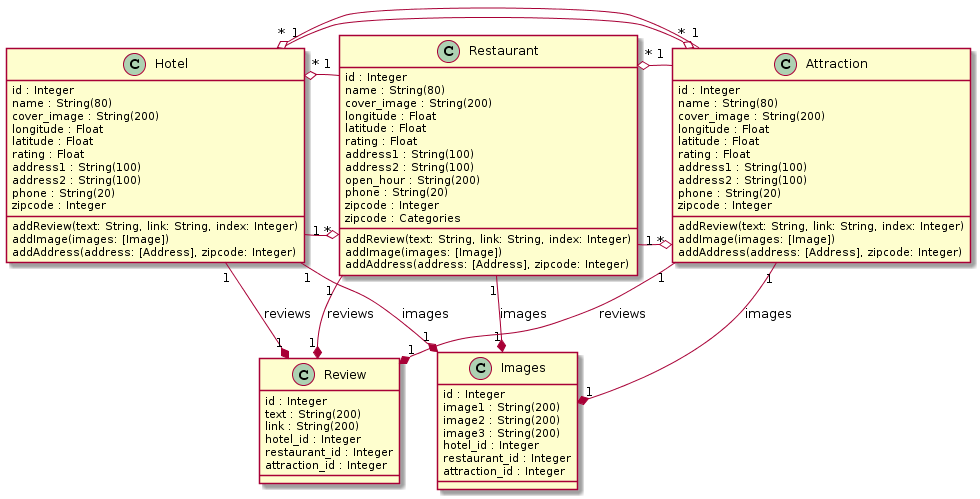
juanitotaveras/tacoboutaustin keeps this PlantUML diagram as UML/uml_diagrams.png. Above is the earlier version.
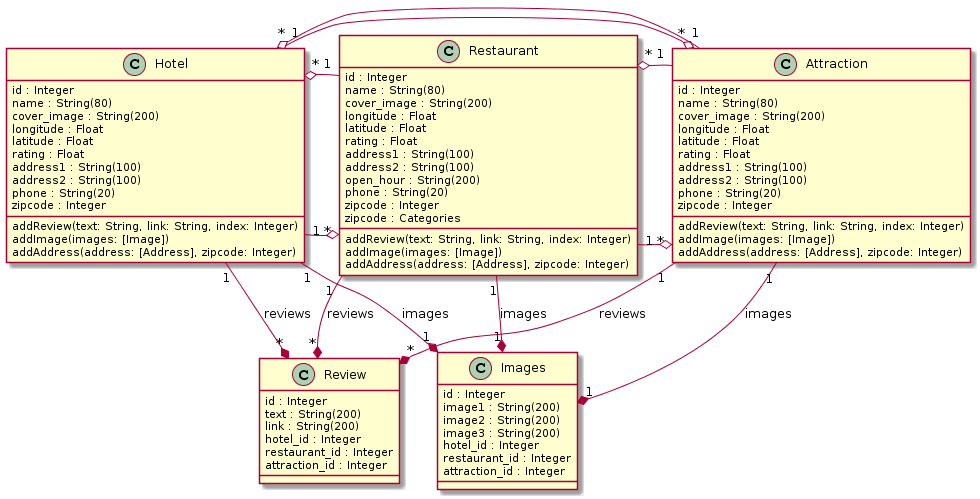
Above is the later version.

Change to the diagram source:
```diff
@@ -2,17 +2,17 @@
 Hotel "1" -o "*" Restaurant
 Hotel "1" -o "*" Attraction
 Hotel "1" --* "1" Images : images
-Hotel "1" --* "1" Review : reviews
+Hotel "1" --* "*" Review : reviews
 
 Restaurant "1" -o "*" Hotel
 Restaurant "1" -o "*" Attraction
 Restaurant "1" --* "1" Images : images
-Restaurant "1" --* "1" Review : reviews
+Restaurant "1" --* "*" Review : reviews
 
 Attraction "1" -o "*" Restaurant
 Attraction "1" -o "*" Hotel
 Attraction "1" --* "1" Images : images
-Attraction "1" --* "1" Review : reviews
+Attraction "1" --* "*" Review : reviews
 
 class Hotel {
   {field}id : Integer
```
